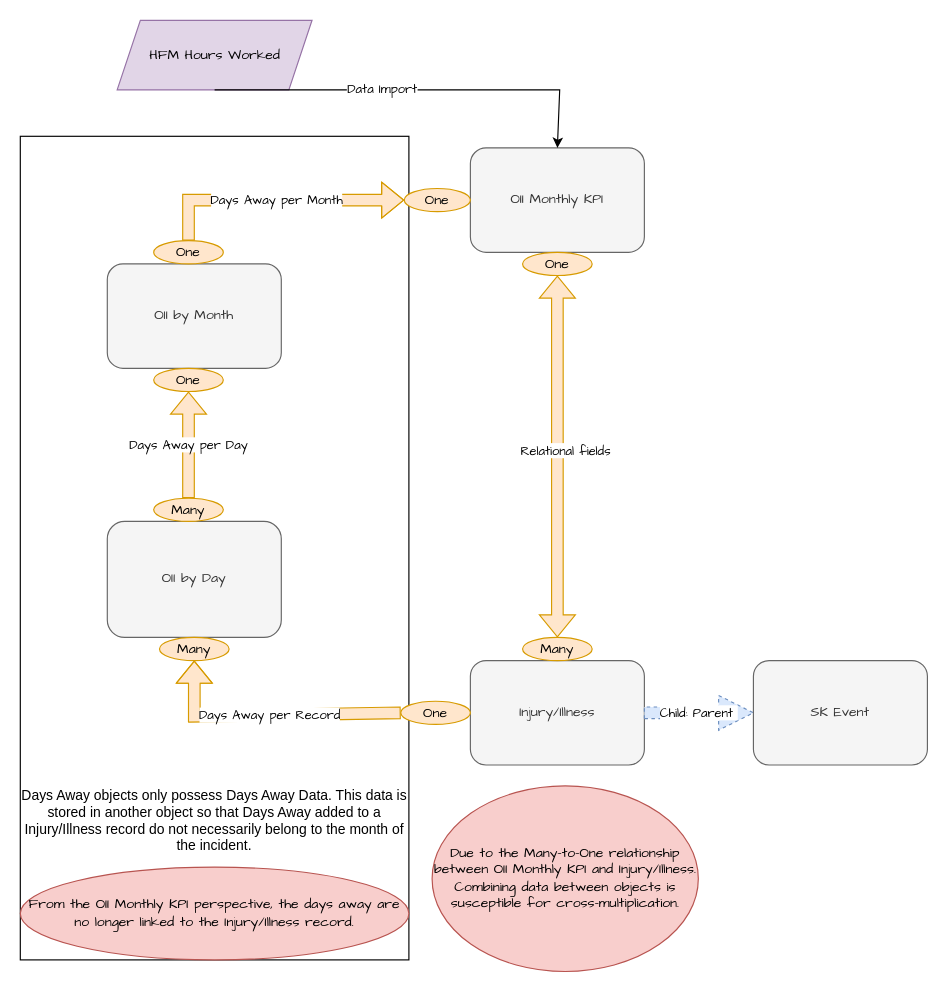
MassiveSnake/draw_io_flowcharts keeps this draw.io diagram as Untitled Diagram.drawio. Above is the earlier version. Source tidied: cells renumbered, new cells numbered last; positions are measured from the earlier drawing's top-left corner, leaving out a move shared by most shapes. Both pictures are drawn from the tidied source at 116%, with x=0, y=0 at pixel (20, 20).
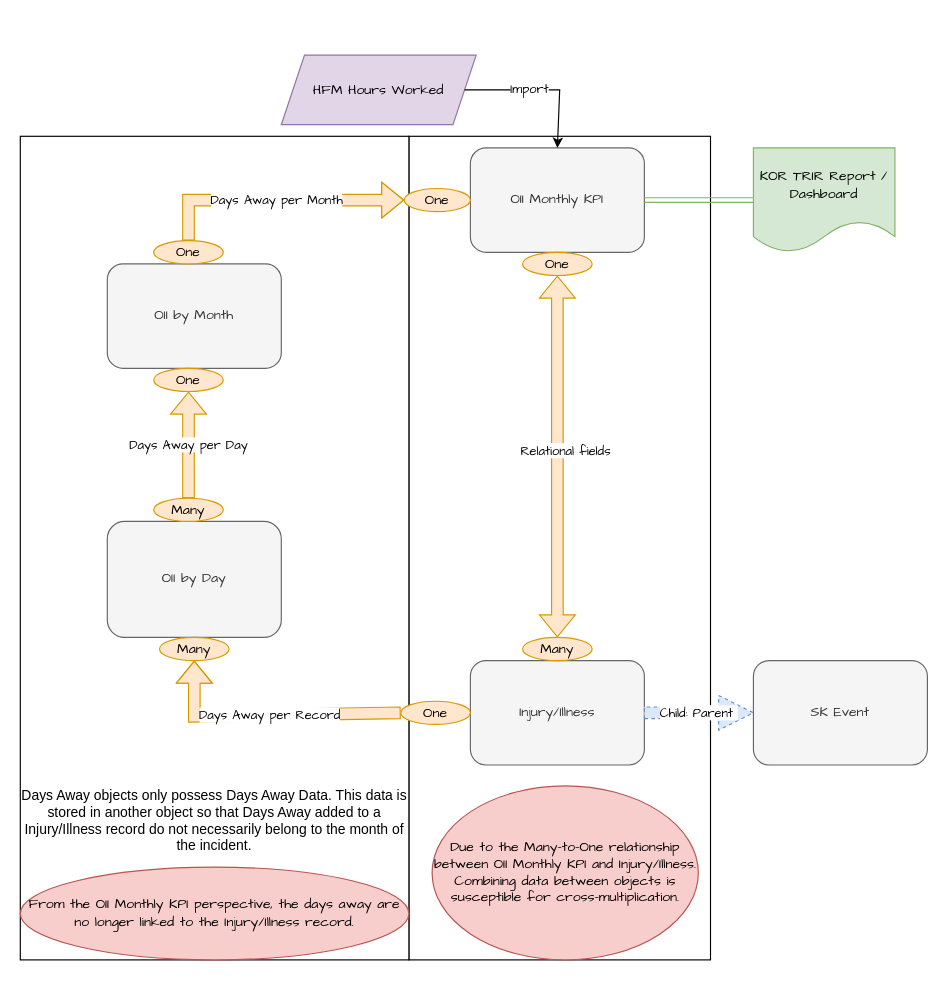
The same diagram, later.

Unchanged cells that the change refers to:
```xml
<mxCell id="4" value="OII Monthly KPI" style="rounded=1;whiteSpace=wrap;html=1;fontFamily=Comic Sans MS;fillColor=#f5f5f5;strokeColor=#666666;fontColor=#333333;" parent="1" vertex="1">
  <mxGeometry x="388" y="110" width="150" height="90" as="geometry" />
</mxCell>
```

Diff of the diagram source:
```diff
@@
+    <mxCell id="28" style="rounded=0;whiteSpace=wrap;html=1;" parent="1" vertex="1">
+      <mxGeometry x="335" y="100" width="260" height="710" as="geometry" />
+    </mxCell>
@@
     <mxCell id="23" value="&lt;font face=&quot;Comic Sans MS&quot;&gt;HFM Hours Worked&lt;/font&gt;" style="shape=parallelogram;perimeter=parallelogramPerimeter;whiteSpace=wrap;html=1;fixedSize=1;fillColor=#e1d5e7;strokeColor=#9673a6;" parent="1" vertex="1">
-      <mxGeometry x="83.5" width="168" height="60" as="geometry" />
+      <mxGeometry x="225" y="30" width="168" height="60" as="geometry" />
     </mxCell>
-    <mxCell id="24" style="endArrow=classic;html=1;rounded=0;exitX=0.5;exitY=1;exitDx=0;exitDy=0;entryX=0.5;entryY=0;entryDx=0;entryDy=0;" parent="1" edge="1" source="23" target="4">
+    <mxCell id="24" style="endArrow=classic;html=1;rounded=0;exitX=1;exitY=0.5;exitDx=0;exitDy=0;entryX=0.5;entryY=0;entryDx=0;entryDy=0;" parent="1" edge="1" source="23" target="4">
       <mxGeometry relative="1" as="geometry">
         <Array as="points">
           <mxPoint x="465" y="60" />
         </Array>
       </mxGeometry>
     </mxCell>
-    <mxCell id="25" value="&lt;font face=&quot;Comic Sans MS&quot;&gt;Data Import&lt;/font&gt;" style="edgeLabel;html=1;align=center;verticalAlign=middle;" parent="24" vertex="1">
+    <mxCell id="25" value="&lt;font face=&quot;Comic Sans MS&quot;&gt;Import&lt;/font&gt;" style="edgeLabel;html=1;align=center;verticalAlign=middle;" parent="24" vertex="1">
       <mxGeometry x="-0.17" y="2" relative="1" as="geometry" />
     </mxCell>
@@
     <mxCell id="27" value="Due to the Many-to-One relationship between OII Monthly KPI and Injury/Illness. Combining data between objects is susceptible for cross-multiplication." style="ellipse;whiteSpace=wrap;html=1;fontFamily=Comic Sans MS;fillColor=#f8cecc;strokeColor=#b85450;" parent="1" vertex="1">
-      <mxGeometry x="355" y="660" width="229.5" height="160" as="geometry" />
+      <mxGeometry x="355" y="660" width="229.5" height="150" as="geometry" />
     </mxCell>
+    <mxCell id="29" value="&lt;font face=&quot;Comic Sans MS&quot;&gt;KOR TRIR Report / Dashboard&lt;/font&gt;" style="shape=document;whiteSpace=wrap;html=1;boundedLbl=1;fillColor=#d5e8d4;strokeColor=#82b366;" parent="1" vertex="1">
+      <mxGeometry x="632" y="110" width="122" height="90" as="geometry" />
+    </mxCell>
+    <mxCell id="30" style="endArrow=classic;html=1;rounded=0;entryX=0;entryY=0.5;entryDx=0;entryDy=0;exitX=1;exitY=0.5;exitDx=0;exitDy=0;shape=link;fillColor=#d5e8d4;strokeColor=#82b366;" parent="1" edge="1" source="4" target="29">
+      <mxGeometry relative="1" as="geometry" />
+    </mxCell>
```
